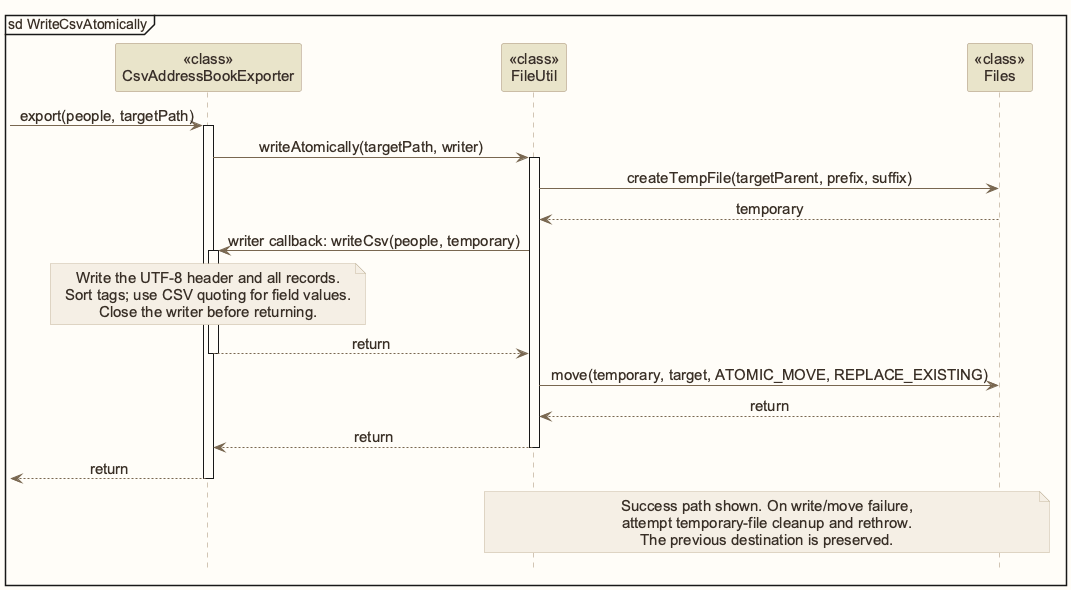
Above: docs/images/CsvExportWriteDiagram.png in AY2627S1-CS2103T-W12-1/tp (PlantUML), before the change.
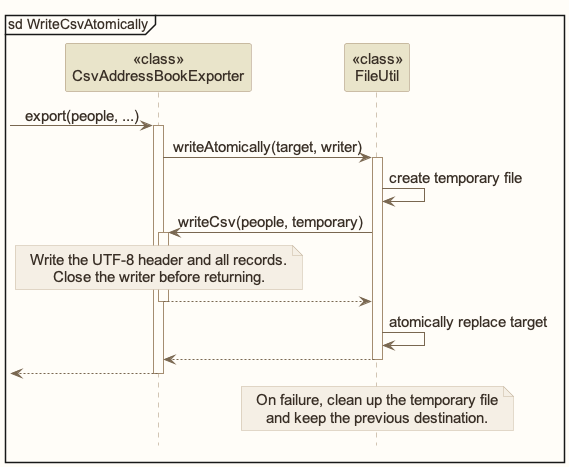
Above is the later version.

The edit, as a diff of the source:
```diff
@@ -5,31 +5,26 @@
 mainframe sd WriteCsvAtomically
 participant "<<class>>\nCsvAddressBookExporter" as Exporter STORAGE_COLOR
 participant "<<class>>\nFileUtil" as FileUtil STORAGE_COLOR
-participant "<<class>>\nFiles" as Files STORAGE_COLOR
-[-> Exporter : export(people, targetPath)
+[-> Exporter : export(people, ...)
 activate Exporter
-Exporter -> FileUtil : writeAtomically(targetPath, writer)
+Exporter -> FileUtil : writeAtomically(target, writer)
 activate FileUtil
-FileUtil -> Files : createTempFile(targetParent, prefix, suffix)
-Files --> FileUtil : temporary
-FileUtil -> Exporter : writer callback: writeCsv(people, temporary)
+FileUtil -> FileUtil : create temporary file
+FileUtil -> Exporter : writeCsv(people, temporary)
 activate Exporter
 note over Exporter
 Write the UTF-8 header and all records.
-Sort tags; use CSV quoting for field values.
 Close the writer before returning.
 end note
-Exporter --> FileUtil : return
+Exporter --> FileUtil
 deactivate Exporter
-FileUtil -> Files : move(temporary, target, ATOMIC_MOVE, REPLACE_EXISTING)
-Files --> FileUtil : return
-FileUtil --> Exporter : return
+FileUtil -> FileUtil : atomically replace target
+FileUtil --> Exporter
 deactivate FileUtil
-Exporter -->[ : return
+Exporter -->[
 deactivate Exporter
-note over FileUtil,Files
-Success path shown. On write/move failure,
-attempt temporary-file cleanup and rethrow.
-The previous destination is preserved.
+note over FileUtil
+On failure, clean up the temporary file
+and keep the previous destination.
 end note
 @enduml
```
